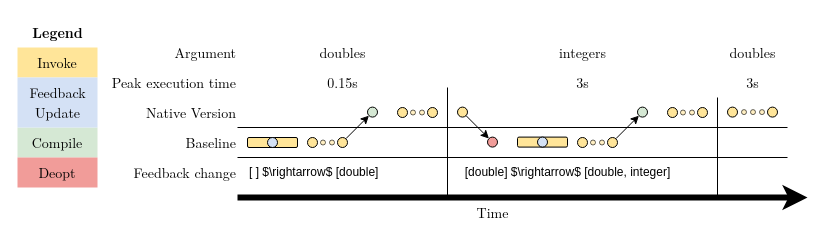
Before: page "Pollution baseline" (6 of 8) of diagrams/diagrams.drawio in rihafilip/master-thesis, a draw.io diagram. Source tidied: cells renumbered, new cells numbered last; positions are measured from the earlier drawing's top-left corner, leaving out a move shared by most shapes. Both pictures are drawn from the tidied source at 100%, with x=0, y=0 at pixel (17, 17).
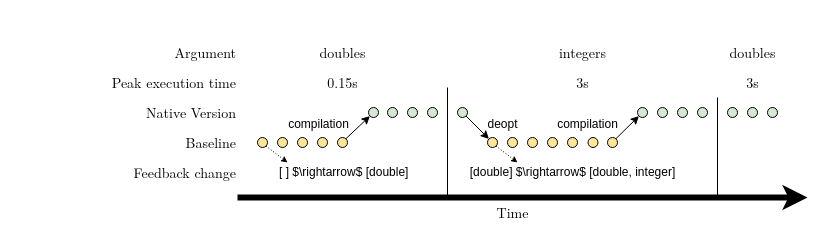
After the change.

The edit, as a diff of the source:
```diff
@@
-    <mxCell id="5" style="ellipse;whiteSpace=wrap;html=1;align=center;verticalAlign=middle;fontFamily=LM Roman 10;fontSize=14;fontColor=default;fillColor=#FFE599;gradientColor=none;" parent="1" vertex="1">
-      <mxGeometry x="440" y="89.6" width="10" height="10" as="geometry" />
+    <mxCell id="5" style="ellipse;whiteSpace=wrap;html=1;align=center;verticalAlign=middle;fontFamily=LM Roman 10;fontSize=14;fontColor=default;fillColor=#D5E8D4;gradientColor=none;" parent="1" vertex="1">
+      <mxGeometry x="440" y="90" width="10" height="10" as="geometry" />
     </mxCell>
     <mxCell id="6" style="ellipse;whiteSpace=wrap;html=1;align=center;verticalAlign=middle;fontFamily=LM Roman 10;fontSize=14;fontColor=default;fillColor=#D5E8D4;gradientColor=none;" parent="1" vertex="1">
-      <mxGeometry x="350" y="89.6" width="10" height="10" as="geometry" />
+      <mxGeometry x="351" y="90" width="10" height="10" as="geometry" />
     </mxCell>
@@
-    <mxCell id="8" style="endArrow=none;html=1;rounded=0;" parent="1" edge="1">
-      <mxGeometry relative="1" as="geometry">
-        <mxPoint x="220" y="110" as="sourcePoint" />
-        <mxPoint x="770" y="110" as="targetPoint" />
-      </mxGeometry>
-    </mxCell>
     <mxCell id="9" value="Time" style="text;html=1;align=center;verticalAlign=middle;strokeColor=none;fillColor=none;fontSize=14;fontFamily=LM Roman 10;" parent="1" vertex="1">
-      <mxGeometry x="450" y="180" width="50" height="30" as="geometry" />
+      <mxGeometry x="220" y="180" width="550" height="30" as="geometry" />
     </mxCell>
-    <mxCell id="10" value="Invoke" style="rounded=0;whiteSpace=wrap;html=1;align=center;verticalAlign=middle;fontFamily=LM Roman 10;fontSize=14;fontColor=default;fillColor=#FFE599;gradientColor=none;strokeColor=none;" parent="1" vertex="1">
-      <mxGeometry y="30" width="80" height="30" as="geometry" />
-    </mxCell>
-    <mxCell id="11" value="Compile" style="rounded=0;whiteSpace=wrap;html=1;align=center;verticalAlign=middle;fontFamily=LM Roman 10;fontSize=14;fontColor=default;fillColor=#D5E8D4;gradientColor=none;strokeColor=none;" parent="1" vertex="1">
-      <mxGeometry y="110" width="80" height="30" as="geometry" />
-    </mxCell>
-    <mxCell id="12" value="Deopt" style="rounded=0;whiteSpace=wrap;html=1;align=center;verticalAlign=middle;fontFamily=LM Roman 10;fontSize=14;fontColor=default;fillColor=#F19C99;gradientColor=none;strokeColor=none;" parent="1" vertex="1">
-      <mxGeometry y="140" width="80" height="30" as="geometry" />
-    </mxCell>
-    <mxCell id="13" value="Legend" style="text;html=1;align=center;verticalAlign=middle;strokeColor=none;fillColor=none;fontFamily=LM Roman 10;fontSize=14;fontStyle=1;" parent="1" vertex="1">
-      <mxGeometry x="5" width="70" height="30" as="geometry" />
-    </mxCell>
-    <mxCell id="14" style="rounded=0;whiteSpace=wrap;html=1;align=center;verticalAlign=middle;fontFamily=LM Roman 10;fontSize=14;fontColor=default;fillColor=#D4E1F5;gradientColor=none;strokeColor=none;" parent="1" vertex="1">
-      <mxGeometry y="60" width="80" height="50" as="geometry" />
-    </mxCell>
-    <mxCell id="15" value="Feedback" style="text;html=1;align=center;verticalAlign=middle;strokeColor=none;fillColor=none;fontSize=14;fontFamily=LM Roman 10;fontStyle=0;" parent="1" vertex="1">
-      <mxGeometry y="60" width="80" height="30" as="geometry" />
-    </mxCell>
-    <mxCell id="16" value="Update" style="text;html=1;align=center;verticalAlign=middle;strokeColor=none;fillColor=none;fontSize=14;fontFamily=LM Roman 10;fontStyle=0;" parent="1" vertex="1">
-      <mxGeometry x="5" y="80" width="70" height="30" as="geometry" />
-    </mxCell>
-    <mxCell id="17" style="endArrow=none;html=1;rounded=0;" parent="1" edge="1">
-      <mxGeometry relative="1" as="geometry">
-        <mxPoint x="220" y="140" as="sourcePoint" />
-        <mxPoint x="770" y="140" as="targetPoint" />
-      </mxGeometry>
-    </mxCell>
@@
     <mxCell id="19" value="[ ] $\rightarrow$ [double]" style="text;html=1;align=left;verticalAlign=middle;strokeColor=none;fillColor=none;" parent="1" vertex="1">
-      <mxGeometry x="230" y="140" width="150" height="30" as="geometry" />
+      <mxGeometry x="260" y="140" width="150" height="30" as="geometry" />
     </mxCell>
@@
-    <mxCell id="21" style="ellipse;whiteSpace=wrap;html=1;align=center;verticalAlign=middle;fontFamily=LM Roman 10;fontSize=14;fontColor=default;fillColor=#F19C99;gradientColor=none;" parent="1" vertex="1">
-      <mxGeometry x="470" y="119.6" width="10" height="10" as="geometry" />
+    <mxCell id="21" style="ellipse;whiteSpace=wrap;html=1;align=center;verticalAlign=middle;fontFamily=LM Roman 10;fontSize=14;fontColor=default;fillColor=#FFE599;gradientColor=none;" parent="1" vertex="1">
+      <mxGeometry x="470" y="120" width="10" height="10" as="geometry" />
     </mxCell>
     <mxCell id="22" value="[double] $\rightarrow$ [double, integer]" style="text;html=1;align=center;verticalAlign=middle;strokeColor=none;fillColor=none;" parent="1" vertex="1">
-      <mxGeometry x="430" y="139.6" width="240" height="30" as="geometry" />
+      <mxGeometry x="435" y="140" width="240" height="30" as="geometry" />
     </mxCell>
@@
     <mxCell id="24" style="ellipse;whiteSpace=wrap;html=1;align=center;verticalAlign=middle;fontFamily=LM Roman 10;fontSize=14;fontColor=default;fillColor=#D5E8D4;gradientColor=none;" parent="1" vertex="1">
-      <mxGeometry x="620" y="89.6" width="10" height="10" as="geometry" />
+      <mxGeometry x="620" y="90" width="10" height="10" as="geometry" />
     </mxCell>
@@
-    <mxCell id="35" style="rounded=1;whiteSpace=wrap;html=1;fillColor=#FFE599;" parent="1" vertex="1">
-      <mxGeometry x="500" y="119.6" width="50" height="10" as="geometry" />
-    </mxCell>
-    <mxCell id="36" style="ellipse;whiteSpace=wrap;html=1;align=center;verticalAlign=middle;fontFamily=LM Roman 10;fontSize=14;fontColor=default;fillColor=#D4E1F5;gradientColor=none;" parent="1" vertex="1">
-      <mxGeometry x="520" y="119.6" width="10" height="10" as="geometry" />
-    </mxCell>
-    <mxCell id="37" style="rounded=1;whiteSpace=wrap;html=1;fillColor=#FFE599;" parent="1" vertex="1">
-      <mxGeometry x="230" y="120" width="50" height="10" as="geometry" />
-    </mxCell>
-    <mxCell id="38" style="ellipse;whiteSpace=wrap;html=1;align=center;verticalAlign=middle;fontFamily=LM Roman 10;fontSize=14;fontColor=default;fillColor=#D4E1F5;gradientColor=none;" parent="1" vertex="1">
-      <mxGeometry x="250" y="120" width="10" height="10" as="geometry" />
-    </mxCell>
-    <mxCell id="39" style="ellipse;whiteSpace=wrap;html=1;align=center;verticalAlign=middle;fontFamily=LM Roman 10;fontSize=14;fontColor=default;fillColor=#FFE599;gradientColor=none;" parent="1" vertex="1">
-      <mxGeometry x="380" y="90" width="10" height="10" as="geometry" />
+    <mxCell id="39" style="ellipse;whiteSpace=wrap;html=1;align=center;verticalAlign=middle;fontFamily=LM Roman 10;fontSize=14;fontColor=default;fillColor=#D5E8D4;gradientColor=none;" parent="1" vertex="1">
+      <mxGeometry x="370" y="90" width="10" height="10" as="geometry" />
     </mxCell>
-    <mxCell id="40" style="ellipse;whiteSpace=wrap;html=1;align=center;verticalAlign=middle;fontFamily=LM Roman 10;fontSize=14;fontColor=default;fillColor=#FFE599;gradientColor=none;" parent="1" vertex="1">
+    <mxCell id="40" style="ellipse;whiteSpace=wrap;html=1;align=center;verticalAlign=middle;fontFamily=LM Roman 10;fontSize=14;fontColor=default;fillColor=#D5E8D4;gradientColor=none;" parent="1" vertex="1">
       <mxGeometry x="410" y="90" width="10" height="10" as="geometry" />
     </mxCell>
-    <mxCell id="41" style="ellipse;whiteSpace=wrap;html=1;align=center;verticalAlign=middle;fontFamily=LM Roman 10;fontSize=14;fontColor=default;fillColor=#FFE599;gradientColor=none;opacity=60;" parent="1" vertex="1">
-      <mxGeometry x="402" y="92.5" width="5" height="5" as="geometry" />
-    </mxCell>
-    <mxCell id="42" style="ellipse;whiteSpace=wrap;html=1;align=center;verticalAlign=middle;fontFamily=LM Roman 10;fontSize=14;fontColor=default;fillColor=#FFE599;gradientColor=none;opacity=60;" parent="1" vertex="1">
-      <mxGeometry x="393" y="92.5" width="5" height="5" as="geometry" />
-    </mxCell>
     <mxCell id="43" style="ellipse;whiteSpace=wrap;html=1;align=center;verticalAlign=middle;fontFamily=LM Roman 10;fontSize=14;fontColor=default;fillColor=#FFE599;gradientColor=none;" parent="1" vertex="1">
-      <mxGeometry x="290" y="120" width="10" height="10" as="geometry" />
+      <mxGeometry x="260" y="120" width="10" height="10" as="geometry" />
     </mxCell>
@@
-    <mxCell id="45" style="ellipse;whiteSpace=wrap;html=1;align=center;verticalAlign=middle;fontFamily=LM Roman 10;fontSize=14;fontColor=default;fillColor=#FFE599;gradientColor=none;opacity=60;" parent="1" vertex="1">
-      <mxGeometry x="312" y="122.5" width="5" height="5" as="geometry" />
-    </mxCell>
-    <mxCell id="46" style="ellipse;whiteSpace=wrap;html=1;align=center;verticalAlign=middle;fontFamily=LM Roman 10;fontSize=14;fontColor=default;fillColor=#FFE599;gradientColor=none;opacity=60;" parent="1" vertex="1">
-      <mxGeometry x="303" y="122.5" width="5" height="5" as="geometry" />
-    </mxCell>
-    <mxCell id="47" style="ellipse;whiteSpace=wrap;html=1;align=center;verticalAlign=middle;fontFamily=LM Roman 10;fontSize=14;fontColor=default;fillColor=#FFE599;gradientColor=none;" parent="1" vertex="1">
-      <mxGeometry x="560" y="120" width="10" height="10" as="geometry" />
-    </mxCell>
@@
-    <mxCell id="49" style="ellipse;whiteSpace=wrap;html=1;align=center;verticalAlign=middle;fontFamily=LM Roman 10;fontSize=14;fontColor=default;fillColor=#FFE599;gradientColor=none;opacity=60;" parent="1" vertex="1">
-      <mxGeometry x="582" y="122.5" width="5" height="5" as="geometry" />
-    </mxCell>
-    <mxCell id="50" style="ellipse;whiteSpace=wrap;html=1;align=center;verticalAlign=middle;fontFamily=LM Roman 10;fontSize=14;fontColor=default;fillColor=#FFE599;gradientColor=none;opacity=60;" parent="1" vertex="1">
-      <mxGeometry x="573" y="122.5" width="5" height="5" as="geometry" />
-    </mxCell>
-    <mxCell id="51" style="ellipse;whiteSpace=wrap;html=1;align=center;verticalAlign=middle;fontFamily=LM Roman 10;fontSize=14;fontColor=default;fillColor=#FFE599;gradientColor=none;" parent="1" vertex="1">
-      <mxGeometry x="650" y="90" width="10" height="10" as="geometry" />
+    <mxCell id="51" style="ellipse;whiteSpace=wrap;html=1;align=center;verticalAlign=middle;fontFamily=LM Roman 10;fontSize=14;fontColor=default;fillColor=#D5E8D4;gradientColor=none;" parent="1" vertex="1">
+      <mxGeometry x="640" y="90" width="10" height="10" as="geometry" />
     </mxCell>
-    <mxCell id="52" style="ellipse;whiteSpace=wrap;html=1;align=center;verticalAlign=middle;fontFamily=LM Roman 10;fontSize=14;fontColor=default;fillColor=#FFE599;gradientColor=none;" parent="1" vertex="1">
+    <mxCell id="52" style="ellipse;whiteSpace=wrap;html=1;align=center;verticalAlign=middle;fontFamily=LM Roman 10;fontSize=14;fontColor=default;fillColor=#D5E8D4;gradientColor=none;" parent="1" vertex="1">
       <mxGeometry x="680" y="90" width="10" height="10" as="geometry" />
     </mxCell>
-    <mxCell id="53" style="ellipse;whiteSpace=wrap;html=1;align=center;verticalAlign=middle;fontFamily=LM Roman 10;fontSize=14;fontColor=default;fillColor=#FFE599;gradientColor=none;opacity=60;" parent="1" vertex="1">
-      <mxGeometry x="672" y="92.5" width="5" height="5" as="geometry" />
-    </mxCell>
-    <mxCell id="54" style="ellipse;whiteSpace=wrap;html=1;align=center;verticalAlign=middle;fontFamily=LM Roman 10;fontSize=14;fontColor=default;fillColor=#FFE599;gradientColor=none;opacity=60;" parent="1" vertex="1">
-      <mxGeometry x="663" y="92.5" width="5" height="5" as="geometry" />
-    </mxCell>
-    <mxCell id="55" style="ellipse;whiteSpace=wrap;html=1;align=center;verticalAlign=middle;fontFamily=LM Roman 10;fontSize=14;fontColor=default;fillColor=#FFE599;gradientColor=none;" parent="1" vertex="1">
-      <mxGeometry x="710" y="89.6" width="10" height="10" as="geometry" />
+    <mxCell id="55" style="ellipse;whiteSpace=wrap;html=1;align=center;verticalAlign=middle;fontFamily=LM Roman 10;fontSize=14;fontColor=default;fillColor=#D5E8D4;gradientColor=none;" parent="1" vertex="1">
+      <mxGeometry x="710" y="90" width="10" height="10" as="geometry" />
     </mxCell>
-    <mxCell id="56" style="ellipse;whiteSpace=wrap;html=1;align=center;verticalAlign=middle;fontFamily=LM Roman 10;fontSize=14;fontColor=default;fillColor=#FFE599;gradientColor=none;" parent="1" vertex="1">
-      <mxGeometry x="750" y="89.6" width="10" height="10" as="geometry" />
+    <mxCell id="56" style="ellipse;whiteSpace=wrap;html=1;align=center;verticalAlign=middle;fontFamily=LM Roman 10;fontSize=14;fontColor=default;fillColor=#D5E8D4;gradientColor=none;" parent="1" vertex="1">
+      <mxGeometry x="750" y="90" width="10" height="10" as="geometry" />
     </mxCell>
-    <mxCell id="57" style="ellipse;whiteSpace=wrap;html=1;align=center;verticalAlign=middle;fontFamily=LM Roman 10;fontSize=14;fontColor=default;fillColor=#FFE599;gradientColor=none;opacity=60;" parent="1" vertex="1">
-      <mxGeometry x="733" y="92.1" width="5" height="5" as="geometry" />
-    </mxCell>
-    <mxCell id="58" style="ellipse;whiteSpace=wrap;html=1;align=center;verticalAlign=middle;fontFamily=LM Roman 10;fontSize=14;fontColor=default;fillColor=#FFE599;gradientColor=none;opacity=60;" parent="1" vertex="1">
-      <mxGeometry x="724" y="92.1" width="5" height="5" as="geometry" />
-    </mxCell>
-    <mxCell id="59" style="ellipse;whiteSpace=wrap;html=1;align=center;verticalAlign=middle;fontFamily=LM Roman 10;fontSize=14;fontColor=default;fillColor=#FFE599;gradientColor=none;opacity=60;" parent="1" vertex="1">
-      <mxGeometry x="742" y="92.1" width="5" height="5" as="geometry" />
-    </mxCell>
+    <mxCell id="60" style="ellipse;whiteSpace=wrap;html=1;align=center;verticalAlign=middle;fontFamily=LM Roman 10;fontSize=14;fontColor=default;fillColor=#D5E8D4;gradientColor=none;" parent="1" vertex="1">
+      <mxGeometry x="390" y="90" width="10" height="10" as="geometry" />
+    </mxCell>
+    <mxCell id="61" style="ellipse;whiteSpace=wrap;html=1;align=center;verticalAlign=middle;fontFamily=LM Roman 10;fontSize=14;fontColor=default;fillColor=#FFE599;gradientColor=none;" parent="1" vertex="1">
+      <mxGeometry x="280" y="120" width="10" height="10" as="geometry" />
+    </mxCell>
+    <mxCell id="62" style="rounded=0;jettySize=auto;html=1;exitX=1;exitY=1;exitDx=0;exitDy=0;dashed=1;dashPattern=1 2;endSize=4;" parent="1" edge="1" source="63">
+      <mxGeometry relative="1" as="geometry">
+        <mxPoint x="270" y="145" as="targetPoint" />
+      </mxGeometry>
+    </mxCell>
+    <mxCell id="63" style="ellipse;whiteSpace=wrap;html=1;align=center;verticalAlign=middle;fontFamily=LM Roman 10;fontSize=14;fontColor=default;fillColor=#FFE599;gradientColor=none;" parent="1" vertex="1">
+      <mxGeometry x="240" y="120" width="10" height="10" as="geometry" />
+    </mxCell>
+    <mxCell id="64" style="ellipse;whiteSpace=wrap;html=1;align=center;verticalAlign=middle;fontFamily=LM Roman 10;fontSize=14;fontColor=default;fillColor=#D5E8D4;gradientColor=none;" parent="1" vertex="1">
+      <mxGeometry x="660" y="90" width="10" height="10" as="geometry" />
+    </mxCell>
+    <mxCell id="65" style="ellipse;whiteSpace=wrap;html=1;align=center;verticalAlign=middle;fontFamily=LM Roman 10;fontSize=14;fontColor=default;fillColor=#D5E8D4;gradientColor=none;" parent="1" vertex="1">
+      <mxGeometry x="730" y="90" width="10" height="10" as="geometry" />
+    </mxCell>
+    <mxCell id="66" style="ellipse;whiteSpace=wrap;html=1;align=center;verticalAlign=middle;fontFamily=LM Roman 10;fontSize=14;fontColor=default;fillColor=#FFE599;gradientColor=none;" parent="1" vertex="1">
+      <mxGeometry x="300" y="120" width="10" height="10" as="geometry" />
+    </mxCell>
+    <mxCell id="67" value="compilation" style="text;html=1;align=center;verticalAlign=bottom;strokeColor=none;fillColor=none;" parent="1" vertex="1">
+      <mxGeometry x="261" y="86" width="80" height="30" as="geometry" />
+    </mxCell>
+    <mxCell id="68" value="deopt" style="text;html=1;align=center;verticalAlign=bottom;strokeColor=none;fillColor=none;" parent="1" vertex="1">
+      <mxGeometry x="460" y="86" width="50" height="30" as="geometry" />
+    </mxCell>
+    <mxCell id="69" value="compilation" style="text;html=1;align=center;verticalAlign=bottom;strokeColor=none;fillColor=none;" parent="1" vertex="1">
+      <mxGeometry x="530" y="86" width="80" height="30" as="geometry" />
+    </mxCell>
+    <mxCell id="70" style="rounded=0;jettySize=auto;html=1;exitX=1;exitY=1;exitDx=0;exitDy=0;dashed=1;dashPattern=1 2;endSize=4;" parent="1" edge="1" source="21">
+      <mxGeometry relative="1" as="geometry">
+        <mxPoint x="500" y="145" as="targetPoint" />
+      </mxGeometry>
+    </mxCell>
+    <mxCell id="71" style="ellipse;whiteSpace=wrap;html=1;align=center;verticalAlign=middle;fontFamily=LM Roman 10;fontSize=14;fontColor=default;fillColor=#FFE599;gradientColor=none;" parent="1" vertex="1">
+      <mxGeometry x="490" y="120" width="10" height="10" as="geometry" />
+    </mxCell>
+    <mxCell id="72" style="ellipse;whiteSpace=wrap;html=1;align=center;verticalAlign=middle;fontFamily=LM Roman 10;fontSize=14;fontColor=default;fillColor=#FFE599;gradientColor=none;" parent="1" vertex="1">
+      <mxGeometry x="510" y="120" width="10" height="10" as="geometry" />
+    </mxCell>
+    <mxCell id="73" style="ellipse;whiteSpace=wrap;html=1;align=center;verticalAlign=middle;fontFamily=LM Roman 10;fontSize=14;fontColor=default;fillColor=#FFE599;gradientColor=none;" parent="1" vertex="1">
+      <mxGeometry x="530" y="120" width="10" height="10" as="geometry" />
+    </mxCell>
+    <mxCell id="74" style="ellipse;whiteSpace=wrap;html=1;align=center;verticalAlign=middle;fontFamily=LM Roman 10;fontSize=14;fontColor=default;fillColor=#FFE599;gradientColor=none;" parent="1" vertex="1">
+      <mxGeometry x="550" y="120" width="10" height="10" as="geometry" />
+    </mxCell>
+    <mxCell id="75" style="ellipse;whiteSpace=wrap;html=1;align=center;verticalAlign=middle;fontFamily=LM Roman 10;fontSize=14;fontColor=default;fillColor=#FFE599;gradientColor=none;" parent="1" vertex="1">
+      <mxGeometry x="570.5" y="120" width="10" height="10" as="geometry" />
+    </mxCell>
```
